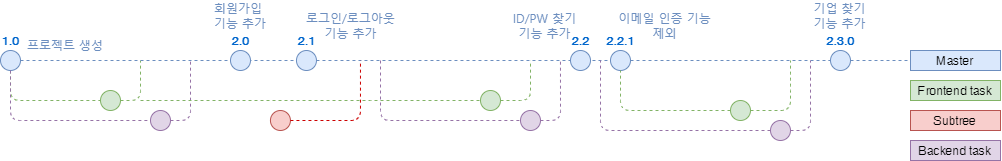
Above: gitFlow.drawio.png in DrawGreen2021/Presentation (draw.io), before the change. Source tidied: cells renumbered, new cells last; positions are measured from the earlier drawing's top-left corner, leaving out a move shared by most shapes.
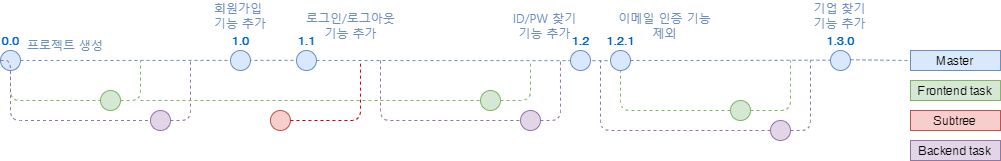
The same file after the commit.

Diff of the diagram source:
```diff
@@ -12,7 +12,7 @@
         </Array>
       </mxGeometry>
     </mxCell>
-    <mxCell id="4" value="1.0" style="ellipse;whiteSpace=wrap;html=1;fillColor=#dae8fc;strokeColor=#6C8EBF;fontStyle=1;labelPosition=center;verticalLabelPosition=top;align=center;verticalAlign=bottom;fontColor=#0066CC;" parent="1" vertex="1">
+    <mxCell id="4" value="0.0" style="ellipse;whiteSpace=wrap;html=1;fillColor=#dae8fc;strokeColor=#6C8EBF;fontStyle=1;labelPosition=center;verticalLabelPosition=top;align=center;verticalAlign=bottom;fontColor=#0066CC;direction=south;" parent="1" vertex="1">
       <mxGeometry y="50" width="20" height="20" as="geometry" />
     </mxCell>
     <mxCell id="5" value="Master" style="text;html=1;strokeColor=#6c8ebf;fillColor=#dae8fc;align=center;verticalAlign=middle;whiteSpace=wrap;rounded=0;" parent="1" vertex="1">
@@ -50,7 +50,7 @@
         </Array>
       </mxGeometry>
     </mxCell>
-    <mxCell id="12" value="2.2.1" style="ellipse;whiteSpace=wrap;html=1;fillColor=#dae8fc;strokeColor=#6c8ebf;fontStyle=1;labelPosition=center;verticalLabelPosition=top;align=center;verticalAlign=bottom;fontColor=#0066CC;" parent="1" vertex="1">
+    <mxCell id="12" value="1.2.1" style="ellipse;whiteSpace=wrap;html=1;fillColor=#dae8fc;strokeColor=#6c8ebf;fontStyle=1;labelPosition=center;verticalLabelPosition=top;align=center;verticalAlign=bottom;fontColor=#0066CC;" parent="1" vertex="1">
       <mxGeometry x="610" y="50" width="20" height="20" as="geometry" />
     </mxCell>
     <mxCell id="13" style="endArrow=none;dashed=1;html=1;fillColor=#dae8fc;strokeColor=#6c8ebf;startArrow=none;" parent="1" edge="1" source="17" target="12">
@@ -75,13 +75,13 @@
         </Array>
       </mxGeometry>
     </mxCell>
-    <mxCell id="17" value="2.1" style="ellipse;whiteSpace=wrap;html=1;fillColor=#dae8fc;strokeColor=#6c8ebf;fontStyle=1;labelPosition=center;verticalLabelPosition=top;align=center;verticalAlign=bottom;fontColor=#0066CC;" parent="1" vertex="1">
+    <mxCell id="17" value="1.1" style="ellipse;whiteSpace=wrap;html=1;fillColor=#dae8fc;strokeColor=#6c8ebf;fontStyle=1;labelPosition=center;verticalLabelPosition=top;align=center;verticalAlign=bottom;fontColor=#0066CC;" parent="1" vertex="1">
       <mxGeometry x="296" y="50" width="20" height="20" as="geometry" />
     </mxCell>
     <mxCell id="18" style="endArrow=none;dashed=1;html=1;fillColor=#dae8fc;strokeColor=#6c8ebf;" parent="1" edge="1" source="4" target="17">
       <mxGeometry relative="1" as="geometry" />
     </mxCell>
-    <mxCell id="19" value="2.0" style="ellipse;whiteSpace=wrap;html=1;fillColor=#dae8fc;strokeColor=#6c8ebf;fontStyle=1;labelPosition=center;verticalLabelPosition=top;align=center;verticalAlign=bottom;fontColor=#0066CC;" parent="1" vertex="1">
+    <mxCell id="19" value="1.0" style="ellipse;whiteSpace=wrap;html=1;fillColor=#dae8fc;strokeColor=#6c8ebf;fontStyle=1;labelPosition=center;verticalLabelPosition=top;align=center;verticalAlign=bottom;fontColor=#0066CC;" parent="1" vertex="1">
       <mxGeometry x="230" y="50" width="20" height="20" as="geometry" />
     </mxCell>
     <mxCell id="20" style="edgeStyle=orthogonalEdgeStyle;rounded=1;jettySize=auto;html=1;dashed=1;endArrow=none;endFill=0;fillColor=#d5e8d4;strokeColor=#82b366;" parent="1" edge="1" target="21">
@@ -132,7 +132,7 @@
         </Array>
       </mxGeometry>
     </mxCell>
-    <mxCell id="27" value="2.3.0" style="ellipse;whiteSpace=wrap;html=1;fillColor=#dae8fc;strokeColor=#6c8ebf;fontStyle=1;labelPosition=center;verticalLabelPosition=top;align=center;verticalAlign=bottom;fontColor=#0066CC;" parent="1" vertex="1">
+    <mxCell id="27" value="1.3.0" style="ellipse;whiteSpace=wrap;html=1;fillColor=#dae8fc;strokeColor=#6c8ebf;fontStyle=1;labelPosition=center;verticalLabelPosition=top;align=center;verticalAlign=bottom;fontColor=#0066CC;" parent="1" vertex="1">
       <mxGeometry x="830" y="50" width="20" height="20" as="geometry" />
     </mxCell>
     <mxCell id="28" style="endArrow=none;dashed=1;html=1;fillColor=#dae8fc;strokeColor=#6c8ebf;" parent="1" edge="1" target="27">
@@ -140,7 +140,7 @@
         <mxPoint x="690" y="60" as="sourcePoint" />
       </mxGeometry>
     </mxCell>
-    <mxCell id="29" value="2.2" style="ellipse;whiteSpace=wrap;html=1;fillColor=#dae8fc;strokeColor=#6c8ebf;fontStyle=1;labelPosition=center;verticalLabelPosition=top;align=center;verticalAlign=bottom;fontColor=#0066CC;" parent="1" vertex="1">
+    <mxCell id="29" value="1.2" style="ellipse;whiteSpace=wrap;html=1;fillColor=#dae8fc;strokeColor=#6c8ebf;fontStyle=1;labelPosition=center;verticalLabelPosition=top;align=center;verticalAlign=bottom;fontColor=#0066CC;" parent="1" vertex="1">
       <mxGeometry x="570" y="50" width="20" height="20" as="geometry" />
     </mxCell>
     <mxCell id="30" style="edgeStyle=orthogonalEdgeStyle;rounded=1;jettySize=auto;html=1;dashed=1;endArrow=none;endFill=0;fontSize=10;fontColor=#FFB570;fillColor=#e1d5e7;strokeColor=#82B366;entryX=0.5;entryY=1;entryDx=0;entryDy=0;exitX=0;exitY=0.5;exitDx=0;exitDy=0;" parent="1" edge="1" target="12">
```
